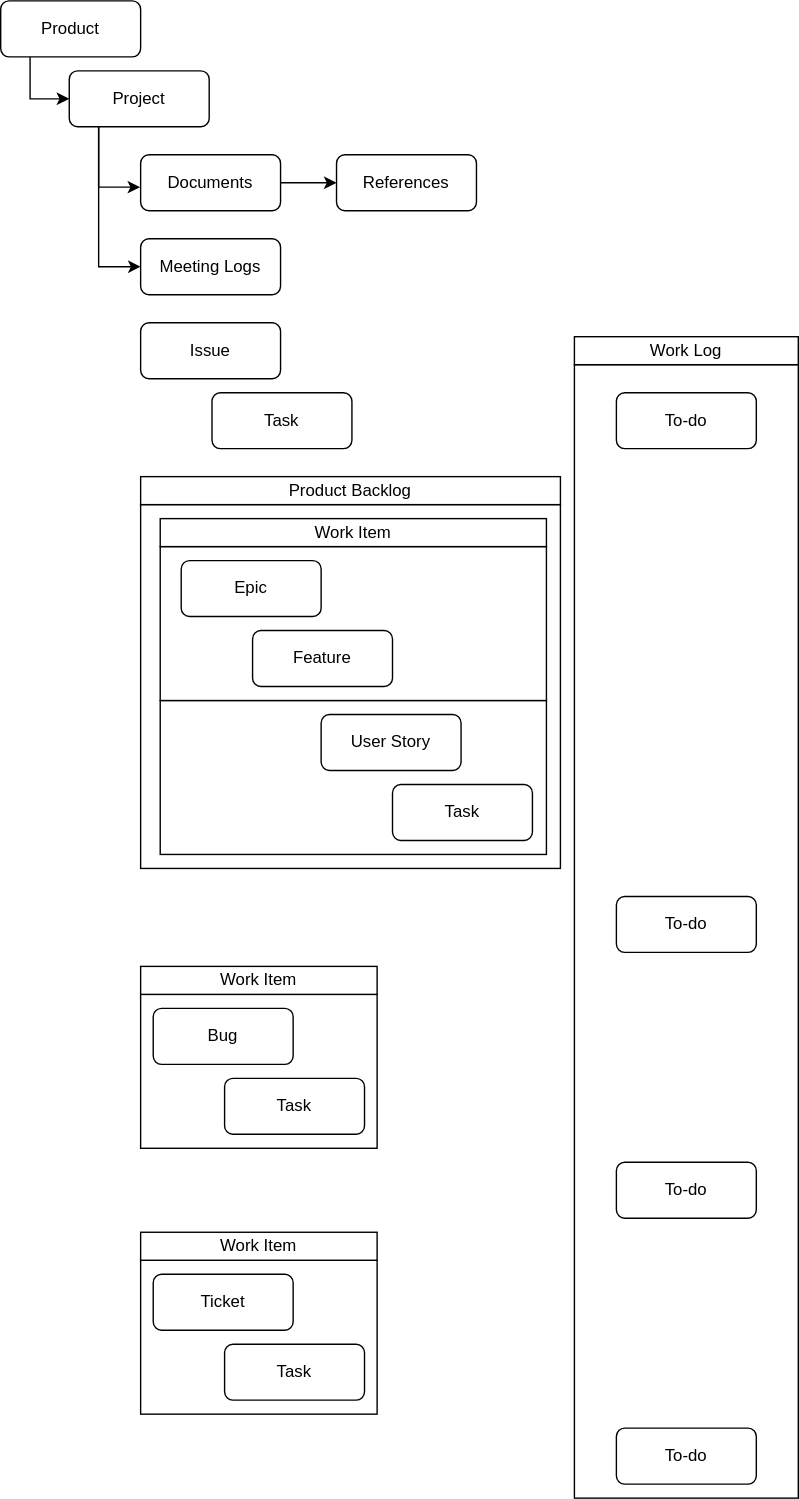
Earlier version of the draw.io export assets/.draw.io/references/notion-usages.svg (jiholee-ntwglobal/jiholee-ntwglobal.github.io). Source tidied: cells renumbered, new cells last; positions are measured from the earlier drawing's top-left corner, leaving out a move shared by most shapes.
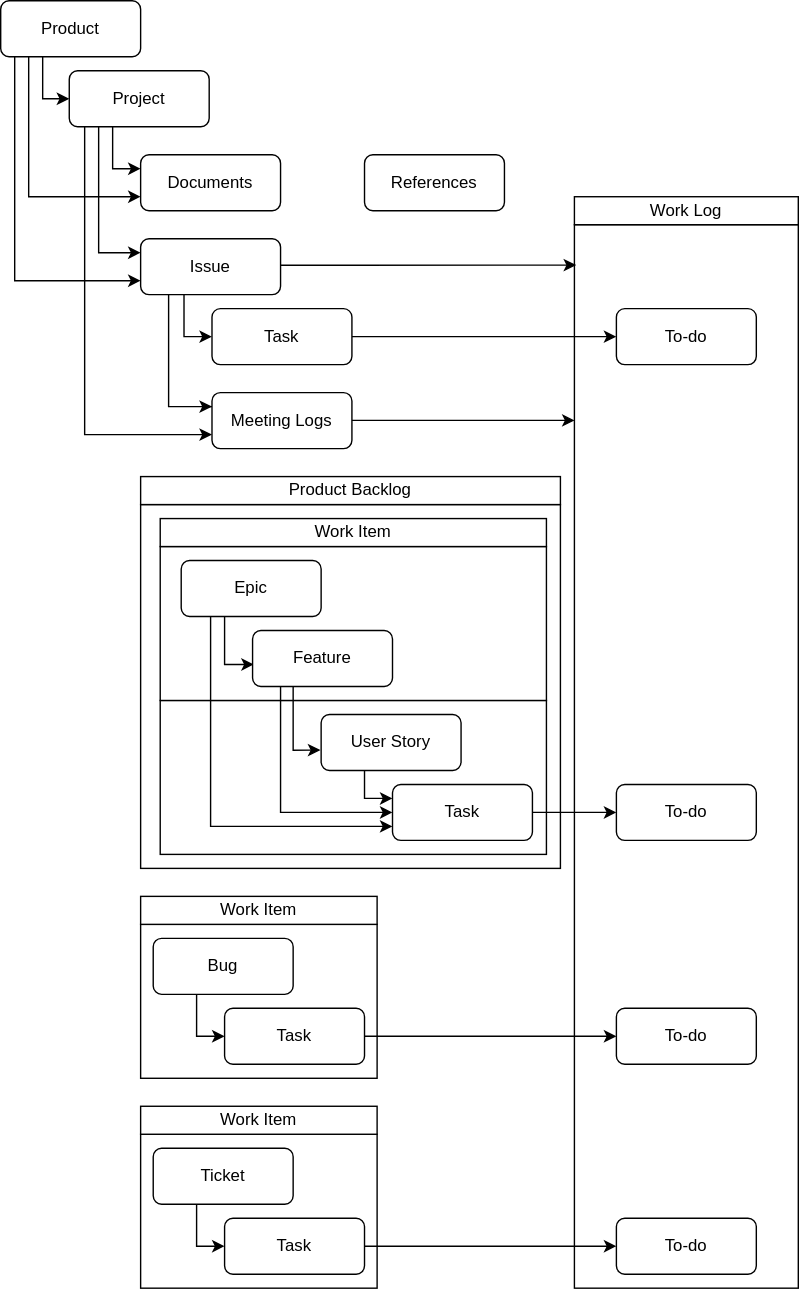
After the change.

The edit, as a diff of the source:
```diff
@@ -9,10 +9,10 @@
       <mxGeometry x="114" y="500" width="276" height="110" as="geometry" />
     </mxCell>
     <mxCell id="4" style="rounded=0;whiteSpace=wrap;html=1;" parent="1" vertex="1">
-      <mxGeometry x="410" y="260" width="160" height="810" as="geometry" />
+      <mxGeometry x="410" y="160" width="160" height="760" as="geometry" />
     </mxCell>
     <mxCell id="5" value="Work Log" style="rounded=0;whiteSpace=wrap;html=1;" parent="1" vertex="1">
-      <mxGeometry x="410" y="240" width="160" height="20" as="geometry" />
+      <mxGeometry x="410" y="140" width="160" height="20" as="geometry" />
     </mxCell>
     <mxCell id="6" value="Product Backlog" style="rounded=0;whiteSpace=wrap;html=1;" parent="1" vertex="1">
       <mxGeometry x="100" y="340" width="300" height="20" as="geometry" />
@@ -23,98 +23,210 @@
     <mxCell id="8" style="edgeStyle=orthogonalEdgeStyle;rounded=0;jettySize=auto;html=1;entryX=0;entryY=0.5;entryDx=0;entryDy=0;" parent="1" edge="1" source="9" target="12">
       <mxGeometry relative="1" as="geometry">
         <Array as="points">
-          <mxPoint x="21" y="70" />
+          <mxPoint x="30" y="70" />
         </Array>
       </mxGeometry>
     </mxCell>
+    <mxCell id="36" style="edgeStyle=orthogonalEdgeStyle;rounded=0;jettySize=auto;html=1;entryX=0;entryY=0.75;entryDx=0;entryDy=0;" parent="1" edge="1" source="9" target="32">
+      <mxGeometry relative="1" as="geometry">
+        <Array as="points">
+          <mxPoint x="10" y="200" />
+        </Array>
+      </mxGeometry>
+    </mxCell>
+    <mxCell id="37" style="edgeStyle=orthogonalEdgeStyle;rounded=0;jettySize=auto;html=1;entryX=0;entryY=0.75;entryDx=0;entryDy=0;" parent="1" edge="1" source="9" target="27">
+      <mxGeometry relative="1" as="geometry">
+        <Array as="points">
+          <mxPoint x="20" y="140" />
+        </Array>
+      </mxGeometry>
+    </mxCell>
     <mxCell id="9" value="Product" style="rounded=1;whiteSpace=wrap;html=1;fontSize=12;glass=0;strokeWidth=1;shadow=0;" parent="1" vertex="1">
       <mxGeometry width="100" height="40" as="geometry" />
     </mxCell>
-    <mxCell id="10" style="edgeStyle=orthogonalEdgeStyle;rounded=0;jettySize=auto;html=1;entryX=-0.003;entryY=0.578;entryDx=0;entryDy=0;entryPerimeter=0;" parent="1" edge="1" source="12" target="27">
+    <mxCell id="10" style="edgeStyle=orthogonalEdgeStyle;rounded=0;jettySize=auto;html=1;" parent="1" edge="1" source="12">
       <mxGeometry relative="1" as="geometry">
+        <mxPoint x="100" y="120" as="targetPoint" />
         <Array as="points">
-          <mxPoint x="70" y="133" />
+          <mxPoint x="80" y="120" />
         </Array>
       </mxGeometry>
     </mxCell>
-    <mxCell id="11" style="edgeStyle=orthogonalEdgeStyle;rounded=0;jettySize=auto;html=1;entryX=0;entryY=0.5;entryDx=0;entryDy=0;" parent="1" edge="1" source="12" target="35">
+    <mxCell id="11" style="edgeStyle=orthogonalEdgeStyle;rounded=0;jettySize=auto;html=1;entryX=0;entryY=0.75;entryDx=0;entryDy=0;" parent="1" edge="1" source="12" target="35">
       <mxGeometry relative="1" as="geometry">
         <Array as="points">
-          <mxPoint x="70" y="190" />
+          <mxPoint x="60" y="310" />
         </Array>
       </mxGeometry>
     </mxCell>
+    <mxCell id="38" style="edgeStyle=orthogonalEdgeStyle;rounded=0;jettySize=auto;html=1;entryX=0;entryY=0.25;entryDx=0;entryDy=0;" parent="1" edge="1" source="12" target="32">
+      <mxGeometry relative="1" as="geometry">
+        <Array as="points">
+          <mxPoint x="70" y="180" />
+        </Array>
+      </mxGeometry>
+    </mxCell>
     <mxCell id="12" value="Project" style="rounded=1;whiteSpace=wrap;html=1;fontSize=12;glass=0;strokeWidth=1;shadow=0;" parent="1" vertex="1">
       <mxGeometry x="49" y="50" width="100" height="40" as="geometry" />
     </mxCell>
+    <mxCell id="39" style="edgeStyle=orthogonalEdgeStyle;rounded=0;jettySize=auto;html=1;entryX=0;entryY=0.5;entryDx=0;entryDy=0;" parent="1" edge="1" source="13" target="28">
+      <mxGeometry relative="1" as="geometry" />
+    </mxCell>
     <mxCell id="13" value="Task" style="rounded=1;whiteSpace=wrap;html=1;fontSize=12;glass=0;strokeWidth=1;shadow=0;" parent="1" vertex="1">
       <mxGeometry x="280" y="560" width="100" height="40" as="geometry" />
     </mxCell>
+    <mxCell id="40" style="edgeStyle=orthogonalEdgeStyle;rounded=0;jettySize=auto;html=1;entryX=0;entryY=0.25;entryDx=0;entryDy=0;" parent="1" edge="1" source="14" target="13">
+      <mxGeometry relative="1" as="geometry">
+        <Array as="points">
+          <mxPoint x="260" y="570" />
+        </Array>
+      </mxGeometry>
+    </mxCell>
     <mxCell id="14" value="User Story" style="rounded=1;whiteSpace=wrap;html=1;fontSize=12;glass=0;strokeWidth=1;shadow=0;" parent="1" vertex="1">
       <mxGeometry x="229" y="510" width="100" height="40" as="geometry" />
     </mxCell>
     <mxCell id="15" value="Work Item" style="rounded=0;whiteSpace=wrap;html=1;" parent="1" vertex="1">
       <mxGeometry x="114" y="370" width="276" height="20" as="geometry" />
     </mxCell>
+    <mxCell id="41" style="edgeStyle=orthogonalEdgeStyle;rounded=0;jettySize=auto;html=1;entryX=0.009;entryY=0.607;entryDx=0;entryDy=0;entryPerimeter=0;" parent="1" edge="1" source="16" target="17">
+      <mxGeometry relative="1" as="geometry">
+        <Array as="points">
+          <mxPoint x="160" y="474" />
+        </Array>
+      </mxGeometry>
+    </mxCell>
+    <mxCell id="42" style="edgeStyle=orthogonalEdgeStyle;rounded=0;jettySize=auto;html=1;" parent="1" edge="1" source="16">
+      <mxGeometry relative="1" as="geometry">
+        <mxPoint x="280" y="590" as="targetPoint" />
+        <Array as="points">
+          <mxPoint x="150" y="590" />
+        </Array>
+      </mxGeometry>
+    </mxCell>
     <mxCell id="16" value="Epic" style="rounded=1;whiteSpace=wrap;html=1;fontSize=12;glass=0;strokeWidth=1;shadow=0;" parent="1" vertex="1">
       <mxGeometry x="129" y="400" width="100" height="40" as="geometry" />
     </mxCell>
+    <mxCell id="43" style="edgeStyle=orthogonalEdgeStyle;rounded=0;jettySize=auto;html=1;entryX=-0.005;entryY=0.637;entryDx=0;entryDy=0;entryPerimeter=0;" parent="1" edge="1" source="17" target="14">
+      <mxGeometry relative="1" as="geometry">
+        <Array as="points">
+          <mxPoint x="209" y="536" />
+        </Array>
+      </mxGeometry>
+    </mxCell>
+    <mxCell id="44" style="edgeStyle=orthogonalEdgeStyle;rounded=0;jettySize=auto;html=1;entryX=0;entryY=0.5;entryDx=0;entryDy=0;" parent="1" edge="1" source="17" target="13">
+      <mxGeometry relative="1" as="geometry">
+        <Array as="points">
+          <mxPoint x="200" y="580" />
+        </Array>
+      </mxGeometry>
+    </mxCell>
     <mxCell id="17" value="Feature" style="rounded=1;whiteSpace=wrap;html=1;fontSize=12;glass=0;strokeWidth=1;shadow=0;" parent="1" vertex="1">
       <mxGeometry x="180" y="450" width="100" height="40" as="geometry" />
     </mxCell>
     <mxCell id="18" style="rounded=0;whiteSpace=wrap;html=1;" parent="1" vertex="1">
-      <mxGeometry x="100" y="710" width="169" height="110" as="geometry" />
+      <mxGeometry x="100" y="660" width="169" height="110" as="geometry" />
     </mxCell>
     <mxCell id="19" value="Work Item" style="rounded=0;whiteSpace=wrap;html=1;" parent="1" vertex="1">
-      <mxGeometry x="100" y="690" width="169" height="20" as="geometry" />
+      <mxGeometry x="100" y="640" width="169" height="20" as="geometry" />
     </mxCell>
+    <mxCell id="45" style="edgeStyle=orthogonalEdgeStyle;rounded=0;jettySize=auto;html=1;" parent="1" edge="1" source="20" target="29">
+      <mxGeometry relative="1" as="geometry" />
+    </mxCell>
     <mxCell id="20" value="Task" style="rounded=1;whiteSpace=wrap;html=1;fontSize=12;glass=0;strokeWidth=1;shadow=0;" parent="1" vertex="1">
-      <mxGeometry x="160" y="770" width="100" height="40" as="geometry" />
+      <mxGeometry x="160" y="720" width="100" height="40" as="geometry" />
     </mxCell>
+    <mxCell id="46" style="edgeStyle=orthogonalEdgeStyle;rounded=0;jettySize=auto;html=1;entryX=0;entryY=0.5;entryDx=0;entryDy=0;" parent="1" edge="1" source="21" target="20">
+      <mxGeometry relative="1" as="geometry">
+        <Array as="points">
+          <mxPoint x="140" y="740" />
+        </Array>
+      </mxGeometry>
+    </mxCell>
     <mxCell id="21" value="Bug" style="rounded=1;whiteSpace=wrap;html=1;fontSize=12;glass=0;strokeWidth=1;shadow=0;" parent="1" vertex="1">
-      <mxGeometry x="109" y="720" width="100" height="40" as="geometry" />
+      <mxGeometry x="109" y="670" width="100" height="40" as="geometry" />
     </mxCell>
     <mxCell id="22" style="rounded=0;whiteSpace=wrap;html=1;" parent="1" vertex="1">
-      <mxGeometry x="100" y="900" width="169" height="110" as="geometry" />
+      <mxGeometry x="100" y="810" width="169" height="110" as="geometry" />
     </mxCell>
     <mxCell id="23" value="Work Item" style="rounded=0;whiteSpace=wrap;html=1;" parent="1" vertex="1">
-      <mxGeometry x="100" y="880" width="169" height="20" as="geometry" />
+      <mxGeometry x="100" y="790" width="169" height="20" as="geometry" />
     </mxCell>
+    <mxCell id="47" style="edgeStyle=orthogonalEdgeStyle;rounded=0;jettySize=auto;html=1;" parent="1" edge="1" source="24" target="30">
+      <mxGeometry relative="1" as="geometry" />
+    </mxCell>
     <mxCell id="24" value="Task" style="rounded=1;whiteSpace=wrap;html=1;fontSize=12;glass=0;strokeWidth=1;shadow=0;" parent="1" vertex="1">
-      <mxGeometry x="160" y="960" width="100" height="40" as="geometry" />
+      <mxGeometry x="160" y="870" width="100" height="40" as="geometry" />
     </mxCell>
+    <mxCell id="48" style="edgeStyle=orthogonalEdgeStyle;rounded=0;jettySize=auto;html=1;entryX=0;entryY=0.5;entryDx=0;entryDy=0;" parent="1" edge="1" source="25" target="24">
+      <mxGeometry relative="1" as="geometry">
+        <Array as="points">
+          <mxPoint x="140" y="890" />
+        </Array>
+      </mxGeometry>
+    </mxCell>
     <mxCell id="25" value="Ticket" style="rounded=1;whiteSpace=wrap;html=1;fontSize=12;glass=0;strokeWidth=1;shadow=0;" parent="1" vertex="1">
-      <mxGeometry x="109" y="910" width="100" height="40" as="geometry" />
+      <mxGeometry x="109" y="820" width="100" height="40" as="geometry" />
     </mxCell>
-    <mxCell id="26" style="edgeStyle=orthogonalEdgeStyle;rounded=0;jettySize=auto;html=1;entryX=0;entryY=0.5;entryDx=0;entryDy=0;" parent="1" edge="1" source="27" target="34">
-      <mxGeometry relative="1" as="geometry" />
-    </mxCell>
     <mxCell id="27" value="Documents" style="rounded=1;whiteSpace=wrap;html=1;fontSize=12;glass=0;strokeWidth=1;shadow=0;" parent="1" vertex="1">
       <mxGeometry x="100" y="110" width="100" height="40" as="geometry" />
     </mxCell>
     <mxCell id="28" value="To-do" style="rounded=1;whiteSpace=wrap;html=1;fontSize=12;glass=0;strokeWidth=1;shadow=0;" parent="1" vertex="1">
-      <mxGeometry x="440" y="640" width="100" height="40" as="geometry" />
+      <mxGeometry x="440" y="560" width="100" height="40" as="geometry" />
     </mxCell>
     <mxCell id="29" value="To-do" style="rounded=1;whiteSpace=wrap;html=1;fontSize=12;glass=0;strokeWidth=1;shadow=0;" parent="1" vertex="1">
-      <mxGeometry x="440" y="830" width="100" height="40" as="geometry" />
+      <mxGeometry x="440" y="720" width="100" height="40" as="geometry" />
     </mxCell>
     <mxCell id="30" value="To-do" style="rounded=1;whiteSpace=wrap;html=1;fontSize=12;glass=0;strokeWidth=1;shadow=0;" parent="1" vertex="1">
-      <mxGeometry x="440" y="1020" width="100" height="40" as="geometry" />
+      <mxGeometry x="440" y="870" width="100" height="40" as="geometry" />
     </mxCell>
+    <mxCell id="49" style="edgeStyle=orthogonalEdgeStyle;rounded=0;jettySize=auto;html=1;" parent="1" edge="1" source="31" target="33">
+      <mxGeometry relative="1" as="geometry" />
+    </mxCell>
     <mxCell id="31" value="Task" style="rounded=1;whiteSpace=wrap;html=1;fontSize=12;glass=0;strokeWidth=1;shadow=0;" parent="1" vertex="1">
-      <mxGeometry x="151" y="280" width="100" height="40" as="geometry" />
+      <mxGeometry x="151" y="220" width="100" height="40" as="geometry" />
     </mxCell>
+    <mxCell id="50" style="edgeStyle=orthogonalEdgeStyle;rounded=0;jettySize=auto;html=1;entryX=0;entryY=0.5;entryDx=0;entryDy=0;" parent="1" edge="1" source="32" target="31">
+      <mxGeometry relative="1" as="geometry">
+        <Array as="points">
+          <mxPoint x="131" y="240" />
+        </Array>
+      </mxGeometry>
+    </mxCell>
+    <mxCell id="51" style="edgeStyle=orthogonalEdgeStyle;rounded=0;jettySize=auto;html=1;entryX=0.008;entryY=0.038;entryDx=0;entryDy=0;entryPerimeter=0;" parent="1" edge="1" source="32" target="4">
+      <mxGeometry relative="1" as="geometry">
+        <Array as="points">
+          <mxPoint x="255" y="189" />
+          <mxPoint x="255" y="189" />
+        </Array>
+      </mxGeometry>
+    </mxCell>
     <mxCell id="32" value="Issue" style="rounded=1;whiteSpace=wrap;html=1;fontSize=12;glass=0;strokeWidth=1;shadow=0;" parent="1" vertex="1">
-      <mxGeometry x="100" y="230" width="100" height="40" as="geometry" />
+      <mxGeometry x="100" y="170" width="100" height="40" as="geometry" />
     </mxCell>
     <mxCell id="33" value="To-do" style="rounded=1;whiteSpace=wrap;html=1;fontSize=12;glass=0;strokeWidth=1;shadow=0;" parent="1" vertex="1">
-      <mxGeometry x="440" y="280" width="100" height="40" as="geometry" />
+      <mxGeometry x="440" y="220" width="100" height="40" as="geometry" />
     </mxCell>
     <mxCell id="34" value="References" style="rounded=1;whiteSpace=wrap;html=1;fontSize=12;glass=0;strokeWidth=1;shadow=0;" parent="1" vertex="1">
-      <mxGeometry x="240" y="110" width="100" height="40" as="geometry" />
+      <mxGeometry x="260" y="110" width="100" height="40" as="geometry" />
     </mxCell>
+    <mxCell id="52" style="edgeStyle=orthogonalEdgeStyle;rounded=0;jettySize=auto;html=1;entryX=0.001;entryY=0.184;entryDx=0;entryDy=0;entryPerimeter=0;" parent="1" edge="1" source="35" target="4">
+      <mxGeometry relative="1" as="geometry">
+        <Array as="points">
+          <mxPoint x="331" y="299" />
+        </Array>
+      </mxGeometry>
+    </mxCell>
     <mxCell id="35" value="Meeting Logs" style="rounded=1;whiteSpace=wrap;html=1;fontSize=12;glass=0;strokeWidth=1;shadow=0;" parent="1" vertex="1">
-      <mxGeometry x="100" y="170" width="100" height="40" as="geometry" />
+      <mxGeometry x="151" y="280" width="100" height="40" as="geometry" />
     </mxCell>
+    <mxCell id="53" style="edgeStyle=orthogonalEdgeStyle;rounded=0;jettySize=auto;html=1;" parent="1" edge="1" source="32">
+      <mxGeometry relative="1" as="geometry">
+        <mxPoint x="151" y="290" as="targetPoint" />
+        <Array as="points">
+          <mxPoint x="120" y="290" />
+          <mxPoint x="151" y="290" />
+        </Array>
+      </mxGeometry>
+    </mxCell>
   </root>
 </mxGraphModel>
```
